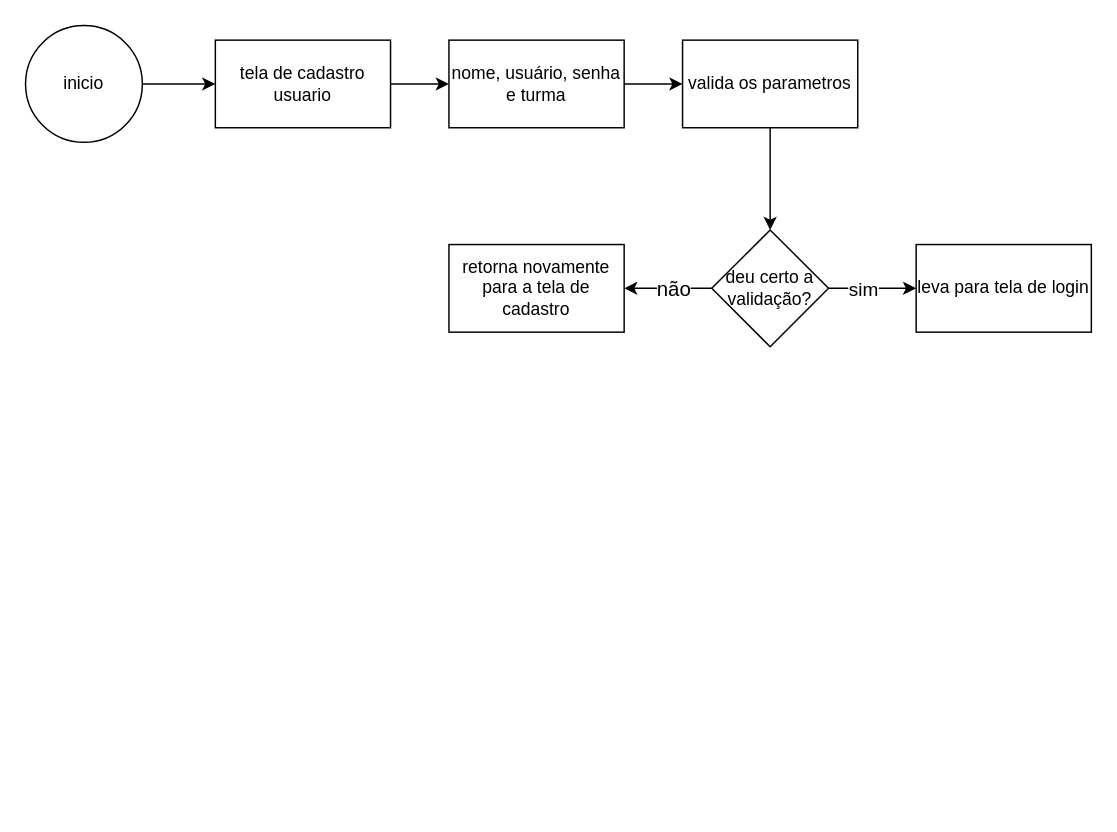
The draw.io diagram fluxogramas/cadastrar_usuario.drawio in Samuel-Goulart/cadastro.ativos, before the edit. Source tidied: cells renumbered, new cells numbered last; positions are measured from the earlier drawing's top-left corner, leaving out a move shared by most shapes. Both pictures are drawn from the tidied source at 146%, with x=0, y=0 at pixel (25, 25).
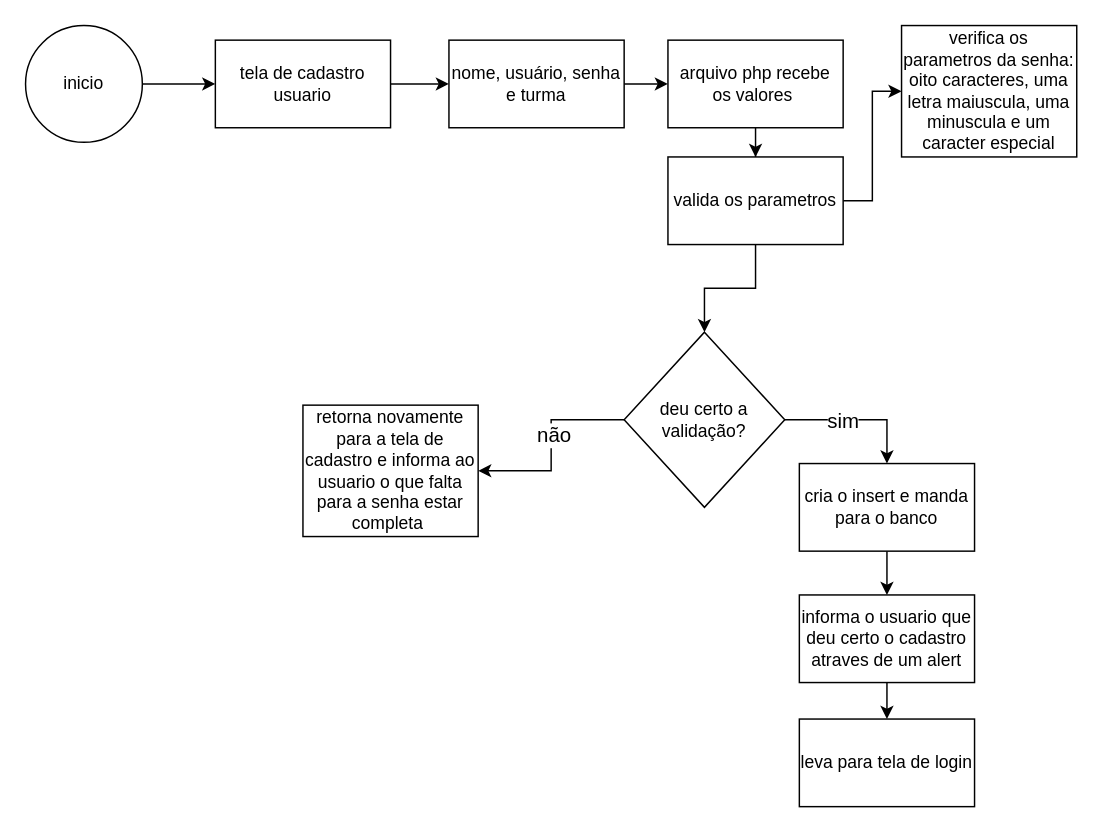
The same page after the edit.

Unchanged cells that the change refers to:
```xml
<mxCell id="7" value="nome, usuário, senha e turma" style="whiteSpace=wrap;html=1;" parent="1" vertex="1">
  <mxGeometry x="290" y="10" width="120" height="60" as="geometry" />
</mxCell>
```

Change to the diagram source:
```diff
@@
-    <mxCell id="6" style="edgeStyle=orthogonalEdgeStyle;rounded=0;jettySize=auto;html=1;" parent="1" edge="1" source="7" target="9">
+    <mxCell id="6" style="edgeStyle=orthogonalEdgeStyle;rounded=0;jettySize=auto;html=1;" parent="1" edge="1" source="20" target="9">
       <mxGeometry relative="1" as="geometry" />
     </mxCell>
@@
+    <mxCell id="17" style="edgeStyle=orthogonalEdgeStyle;rounded=0;jettySize=auto;html=1;" parent="1" edge="1" source="9" target="18">
+      <mxGeometry relative="1" as="geometry" />
+    </mxCell>
     <mxCell id="9" value="valida os parametros" style="whiteSpace=wrap;html=1;" parent="1" vertex="1">
-      <mxGeometry x="450" y="10" width="120" height="60" as="geometry" />
+      <mxGeometry x="440" y="90" width="120" height="60" as="geometry" />
     </mxCell>
-    <mxCell id="10" style="edgeStyle=orthogonalEdgeStyle;rounded=0;jettySize=auto;html=1;fontSize=20;" parent="1" edge="1" source="14" target="15">
+    <mxCell id="10" style="edgeStyle=orthogonalEdgeStyle;rounded=0;jettySize=auto;html=1;fontSize=20;" parent="1" edge="1" source="22" target="15">
       <mxGeometry relative="1" as="geometry" />
     </mxCell>
-    <mxCell id="11" value="sim" style="edgeLabel;html=1;align=center;verticalAlign=middle;fontSize=13;" parent="10" vertex="1">
-      <mxGeometry x="-0.23" y="2" relative="1" as="geometry">
-        <mxPoint y="2" as="offset" />
-      </mxGeometry>
-    </mxCell>
@@
     <mxCell id="14" value="deu certo a validação?" style="rhombus;whiteSpace=wrap;html=1;" parent="1" vertex="1">
-      <mxGeometry x="470" y="140" width="80" height="80" as="geometry" />
+      <mxGeometry x="410" y="210" width="110" height="120" as="geometry" />
     </mxCell>
     <mxCell id="15" value="leva para tela de login" style="whiteSpace=wrap;html=1;" parent="1" vertex="1">
-      <mxGeometry x="610" y="150" width="120" height="60" as="geometry" />
+      <mxGeometry x="530" y="475" width="120" height="60" as="geometry" />
     </mxCell>
-    <mxCell id="16" value="retorna novamente para a tela de cadastro" style="whiteSpace=wrap;html=1;" parent="1" vertex="1">
-      <mxGeometry x="290" y="150" width="120" height="60" as="geometry" />
+    <mxCell id="16" value="retorna novamente para a tela de cadastro e informa ao usuario o que falta para a senha estar completa&amp;nbsp;" style="whiteSpace=wrap;html=1;" parent="1" vertex="1">
+      <mxGeometry x="190" y="260" width="120" height="90" as="geometry" />
     </mxCell>
+    <mxCell id="18" value="verifica os parametros da senha:&lt;div&gt;oito caracteres, uma letra maiuscula, uma minuscula e um caracter especial&lt;/div&gt;" style="whiteSpace=wrap;html=1;" parent="1" vertex="1">
+      <mxGeometry x="600" width="120" height="90" as="geometry" />
+    </mxCell>
+    <mxCell id="19" style="edgeStyle=orthogonalEdgeStyle;rounded=0;jettySize=auto;html=1;" parent="1" edge="1" source="7" target="20">
+      <mxGeometry relative="1" as="geometry" />
+    </mxCell>
+    <mxCell id="20" value="arquivo php recebe os valores&amp;nbsp;" style="rounded=0;whiteSpace=wrap;html=1;" parent="1" vertex="1">
+      <mxGeometry x="440" y="10" width="120" height="60" as="geometry" />
+    </mxCell>
+    <mxCell id="21" style="edgeStyle=orthogonalEdgeStyle;rounded=0;jettySize=auto;html=1;fontSize=20;" parent="1" edge="1" source="24" target="22">
+      <mxGeometry relative="1" as="geometry" />
+    </mxCell>
+    <mxCell id="22" value="informa o usuario que deu certo o cadastro atraves de um alert" style="rounded=0;whiteSpace=wrap;html=1;" parent="1" vertex="1">
+      <mxGeometry x="530" y="390" width="120" height="60" as="geometry" />
+    </mxCell>
+    <mxCell id="23" style="edgeStyle=orthogonalEdgeStyle;rounded=0;jettySize=auto;html=1;fontSize=20;entryX=0.5;entryY=0;entryDx=0;entryDy=0;" parent="1" edge="1" source="14" target="24">
+      <mxGeometry relative="1" as="geometry" />
+    </mxCell>
+    <mxCell id="11" value="&lt;font style=&quot;font-size: 14px;&quot;&gt;sim&lt;/font&gt;" style="edgeLabel;html=1;align=center;verticalAlign=middle;fontSize=13;" parent="23" vertex="1">
+      <mxGeometry x="-0.23" y="2" relative="1" as="geometry">
+        <mxPoint y="2" as="offset" />
+      </mxGeometry>
+    </mxCell>
+    <mxCell id="24" value="cria o insert e manda para o banco" style="rounded=0;whiteSpace=wrap;html=1;" parent="1" vertex="1">
+      <mxGeometry x="530" y="300" width="120" height="60" as="geometry" />
+    </mxCell>
```
